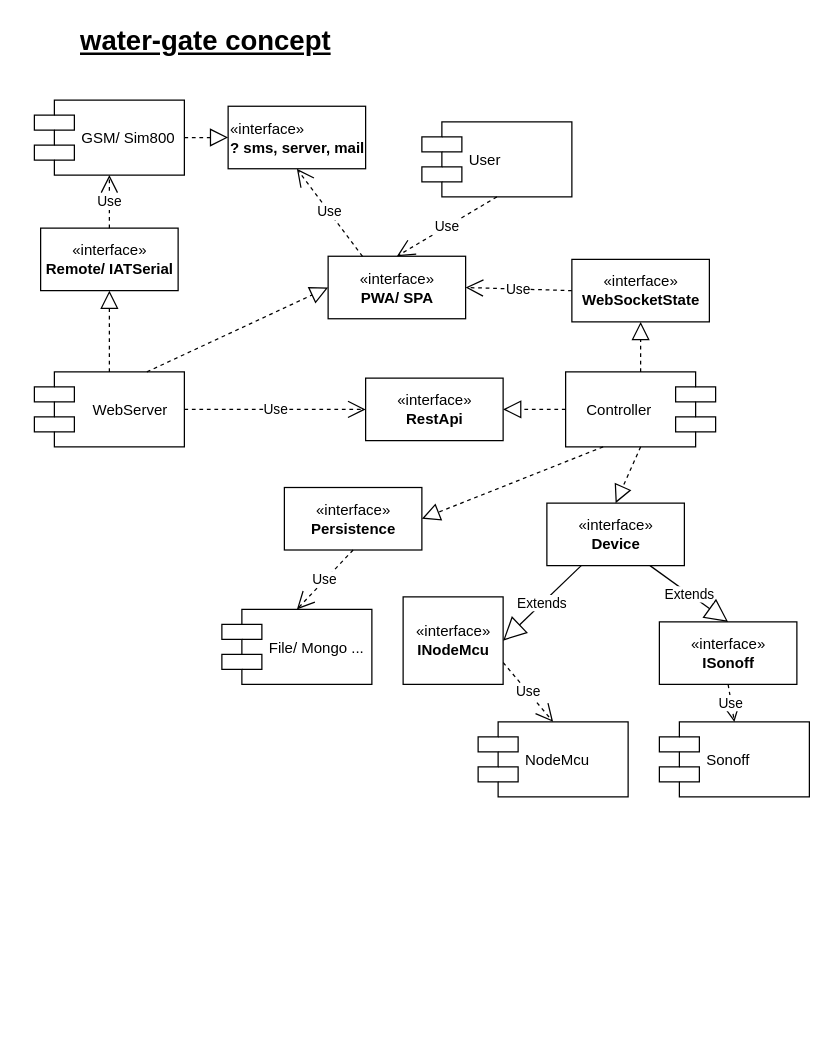
This is concept.drawIo from Estradiaz/water-gate, a draw.io file, before an edit. Source tidied: cells renumbered, new cells numbered last; positions are measured from the earlier drawing's top-left corner, leaving out a move shared by most shapes. Both pictures are drawn from the tidied source at 125%, with x=0, y=0 at pixel (34, 21).
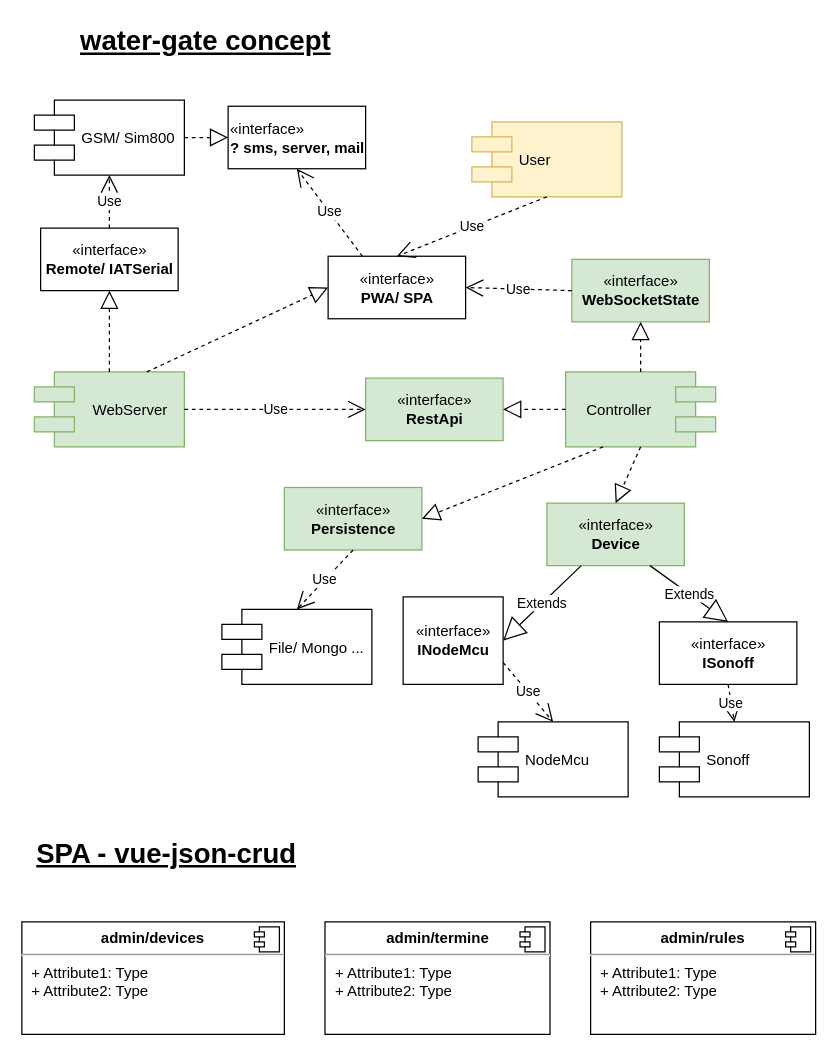
The same page after the edit.

Change to the diagram source:
```diff
@@
-    <mxCell id="3" value="Controller" style="shape=component;align=left;spacingLeft=15;direction=west;" parent="1" vertex="1">
+    <mxCell id="3" value="Controller" style="shape=component;align=left;spacingLeft=15;direction=west;fillColor=#d5e8d4;strokeColor=#82b366;" parent="1" vertex="1">
       <mxGeometry x="425" y="280" width="120" height="60" as="geometry" />
     </mxCell>
@@
-    <mxCell id="5" value="«interface»&lt;br&gt;&lt;b&gt;Device&lt;/b&gt;" style="html=1;" parent="1" vertex="1">
+    <mxCell id="5" value="«interface»&lt;br&gt;&lt;b&gt;Device&lt;/b&gt;" style="html=1;fillColor=#d5e8d4;strokeColor=#82b366;" parent="1" vertex="1">
       <mxGeometry x="410" y="385" width="110" height="50" as="geometry" />
     </mxCell>
@@
-    <mxCell id="8" value="«interface»&lt;br&gt;&lt;b&gt;RestApi&lt;/b&gt;" style="html=1;" parent="1" vertex="1">
+    <mxCell id="8" value="«interface»&lt;br&gt;&lt;b&gt;RestApi&lt;/b&gt;" style="html=1;fillColor=#d5e8d4;strokeColor=#82b366;" parent="1" vertex="1">
       <mxGeometry x="265" y="285" width="110" height="50" as="geometry" />
     </mxCell>
-    <mxCell id="9" value="WebServer" style="shape=component;align=left;spacingLeft=45;direction=east;" parent="1" vertex="1">
+    <mxCell id="9" value="WebServer" style="shape=component;align=left;spacingLeft=45;direction=east;fillColor=#d5e8d4;strokeColor=#82b366;" parent="1" vertex="1">
       <mxGeometry y="280" width="120" height="60" as="geometry" />
     </mxCell>
@@
-    <mxCell id="11" value="User" style="shape=component;align=left;spacingLeft=36;" parent="1" vertex="1">
-      <mxGeometry x="310" y="80" width="120" height="60" as="geometry" />
+    <mxCell id="11" value="User" style="shape=component;align=left;spacingLeft=36;fillColor=#fff2cc;strokeColor=#d6b656;" parent="1" vertex="1">
+      <mxGeometry x="350" y="80" width="120" height="60" as="geometry" />
     </mxCell>
-    <mxCell id="12" value="«interface»&lt;br&gt;&lt;b&gt;WebSocketState&lt;/b&gt;&lt;br&gt;" style="html=1;" parent="1" vertex="1">
+    <mxCell id="12" value="«interface»&lt;br&gt;&lt;b&gt;WebSocketState&lt;/b&gt;&lt;br&gt;" style="html=1;fillColor=#d5e8d4;strokeColor=#82b366;" parent="1" vertex="1">
       <mxGeometry x="430" y="190" width="110" height="50" as="geometry" />
     </mxCell>
-    <mxCell id="13" value="«interface»&lt;br&gt;&lt;b&gt;Persistence&lt;/b&gt;" style="html=1;" parent="1" vertex="1">
+    <mxCell id="13" value="«interface»&lt;br&gt;&lt;b&gt;Persistence&lt;/b&gt;" style="html=1;fillColor=#d5e8d4;strokeColor=#82b366;" parent="1" vertex="1">
       <mxGeometry x="200" y="372.5" width="110" height="50" as="geometry" />
     </mxCell>
@@
+    <mxCell id="36" value="&lt;b&gt;&lt;font size=&quot;1&quot;&gt;&lt;u style=&quot;font-size: 22px&quot;&gt;SPA - vue-json-crud&lt;/u&gt;&lt;/font&gt;&lt;/b&gt;" style="text;html=1;align=left;verticalAlign=top;spacingTop=-4;" parent="1" vertex="1">
+      <mxGeometry y="650" width="220" height="20" as="geometry" />
+    </mxCell>
+    <mxCell id="37" value="&lt;p style=&quot;margin: 0px ; margin-top: 6px ; text-align: center&quot;&gt;&lt;b&gt;admin/devices&lt;/b&gt;&lt;/p&gt;&lt;hr&gt;&lt;p style=&quot;margin: 0px ; margin-left: 8px&quot;&gt;+ Attribute1: Type&lt;br&gt;+ Attribute2: Type&lt;/p&gt;" style="align=left;overflow=fill;html=1;" parent="1" vertex="1">
+      <mxGeometry x="-10" y="720" width="210" height="90" as="geometry" />
+    </mxCell>
+    <mxCell id="38" style="shape=component;jettyWidth=8;jettyHeight=4;" parent="37" vertex="1">
+      <mxGeometry x="1" width="20" height="20" relative="1" as="geometry">
+        <mxPoint x="-24" y="4" as="offset" />
+      </mxGeometry>
+    </mxCell>
+    <mxCell id="39" value="&lt;p style=&quot;margin: 0px ; margin-top: 6px ; text-align: center&quot;&gt;&lt;b&gt;admin/rules&lt;/b&gt;&lt;/p&gt;&lt;hr&gt;&lt;p style=&quot;margin: 0px ; margin-left: 8px&quot;&gt;+ Attribute1: Type&lt;br&gt;+ Attribute2: Type&lt;/p&gt;" style="align=left;overflow=fill;html=1;" parent="1" vertex="1">
+      <mxGeometry x="445" y="720" width="180" height="90" as="geometry" />
+    </mxCell>
+    <mxCell id="40" style="shape=component;jettyWidth=8;jettyHeight=4;" parent="39" vertex="1">
+      <mxGeometry x="1" width="20" height="20" relative="1" as="geometry">
+        <mxPoint x="-24" y="4" as="offset" />
+      </mxGeometry>
+    </mxCell>
+    <mxCell id="41" value="&lt;p style=&quot;margin: 0px ; margin-top: 6px ; text-align: center&quot;&gt;&lt;b&gt;admin/termine&lt;/b&gt;&lt;/p&gt;&lt;hr&gt;&lt;p style=&quot;margin: 0px ; margin-left: 8px&quot;&gt;+ Attribute1: Type&lt;br&gt;+ Attribute2: Type&lt;/p&gt;" style="align=left;overflow=fill;html=1;" parent="1" vertex="1">
+      <mxGeometry x="232.5" y="720" width="180" height="90" as="geometry" />
+    </mxCell>
+    <mxCell id="42" style="shape=component;jettyWidth=8;jettyHeight=4;" parent="41" vertex="1">
+      <mxGeometry x="1" width="20" height="20" relative="1" as="geometry">
+        <mxPoint x="-24" y="4" as="offset" />
+      </mxGeometry>
+    </mxCell>
```
